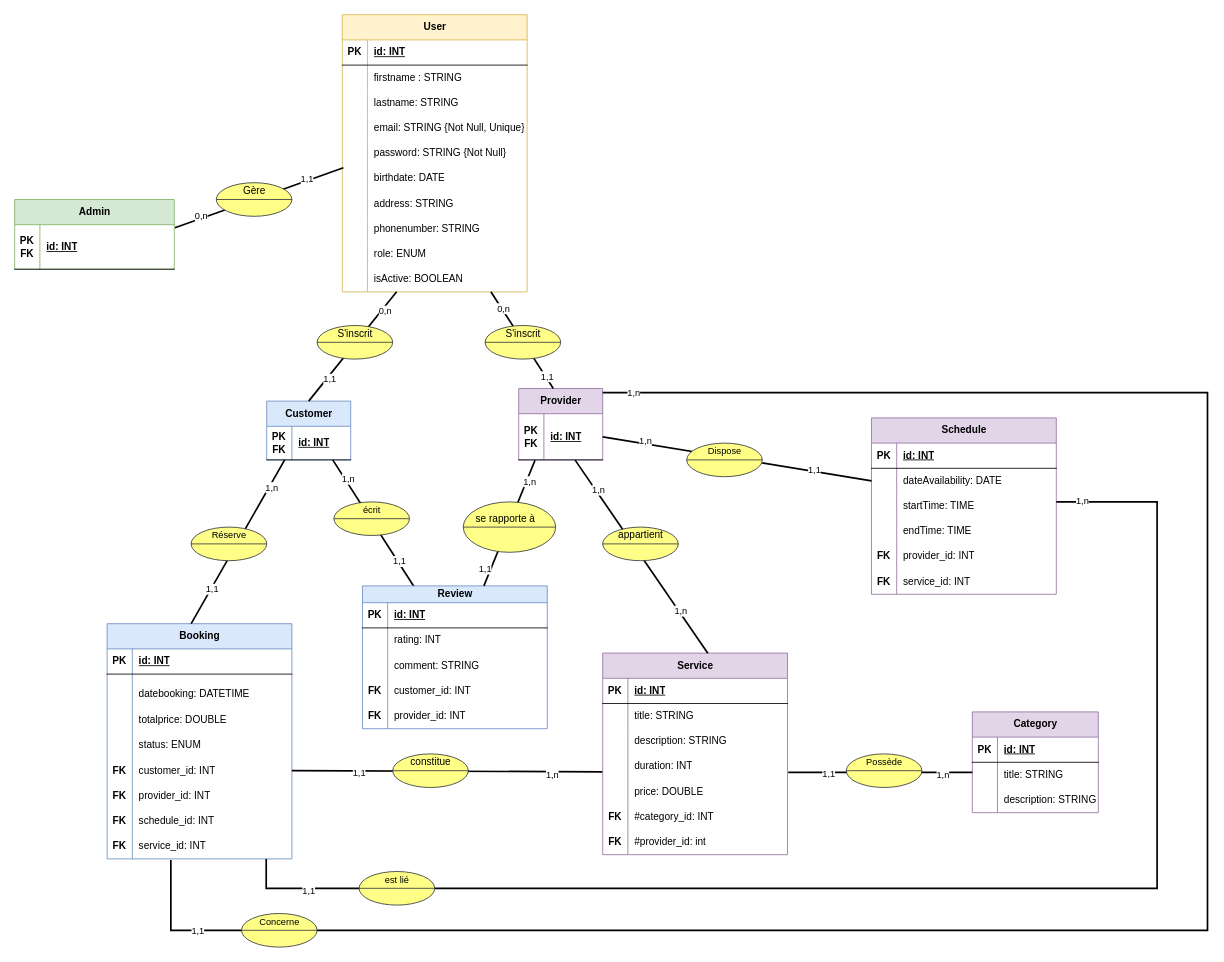
Before: BB_diagrams_entite.drawio in Steony/BeautyBookerApp, a draw.io diagram. Source tidied: cells renumbered, new cells numbered last; positions are measured from the earlier drawing's top-left corner, leaving out a move shared by most shapes. Both pictures are drawn from the tidied source at 84%, with x=0, y=0 at pixel (14, 14).
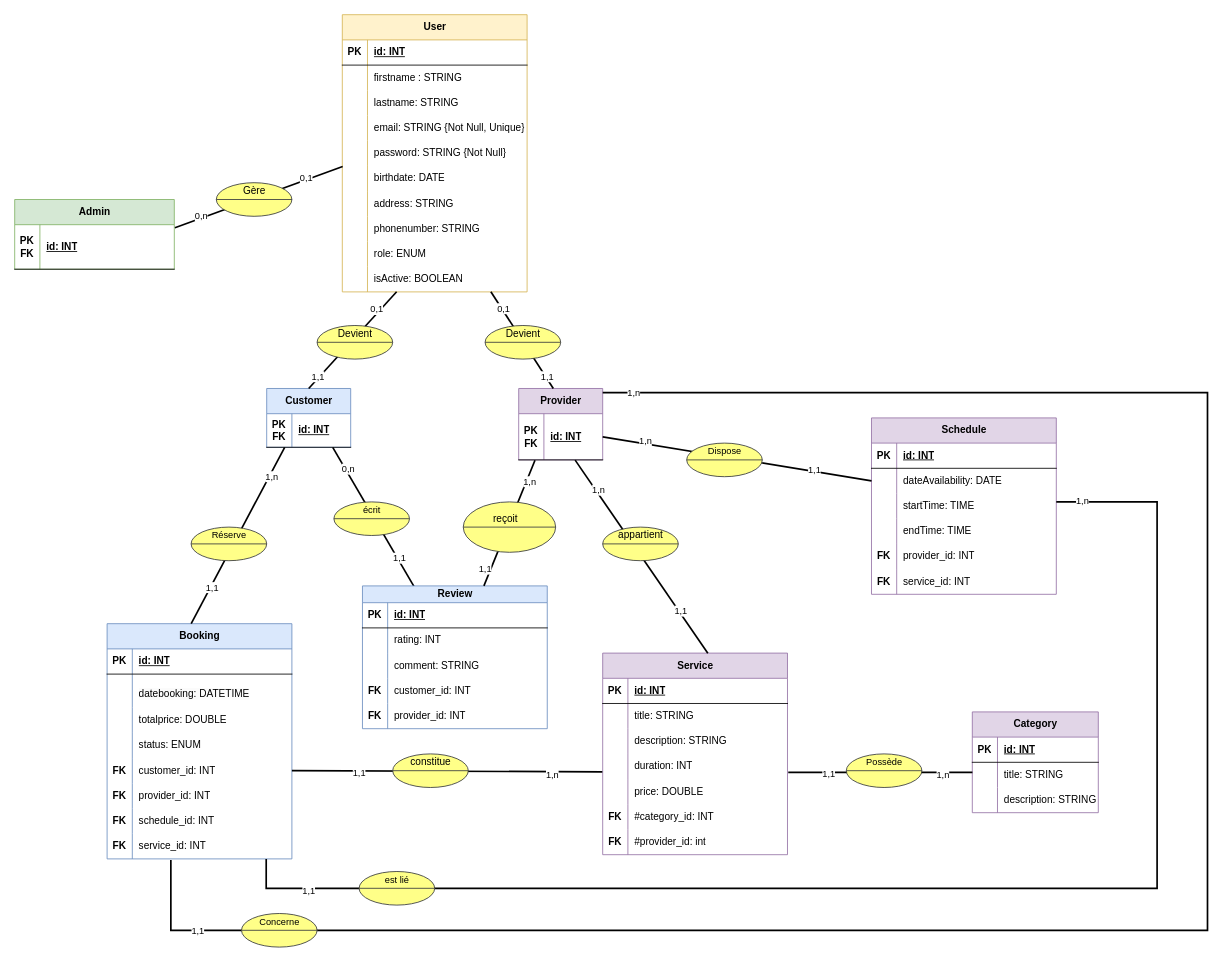
Above is the later version.

Commit message (it also covers changes not shown here):
Mettre à jour BB_diagrams_entite.drawio

Unchanged cells that the change refers to:
```xml
<mxCell id="15" style="shape=tableRow;horizontal=0;startSize=0;swimlaneHead=0;swimlaneBody=0;fillColor=none;points=[[0,0.5],[1,0.5]];portConstraint=eastwest;top=0;left=0;right=0;bottom=0;" parent="2" vertex="1">
  <mxGeometry y="150" width="220" height="30" as="geometry" />
</mxCell>
<mxCell id="18" style="shape=tableRow;horizontal=0;startSize=0;swimlaneHead=0;swimlaneBody=0;fillColor=none;points=[[0,0.5],[1,0.5]];portConstraint=eastwest;top=0;left=0;right=0;bottom=0;" parent="2" vertex="1">
  <mxGeometry y="180" width="220" height="30" as="geometry" />
</mxCell>
<mxCell id="42" style="shape=tableRow;horizontal=0;startSize=0;swimlaneHead=0;swimlaneBody=0;fillColor=none;points=[[0,0.5],[1,0.5]];portConstraint=eastwest;top=0;left=0;right=0;bottom=1;" parent="41" vertex="1">
  <mxGeometry y="30" width="190" height="53" as="geometry" />
</mxCell>
<mxCell id="110" style="endArrow=none;html=1;rounded=0;strokeWidth=2;entryX=0.288;entryY=0.024;entryDx=0;entryDy=0;entryPerimeter=0;exitX=0.786;exitY=1;exitDx=0;exitDy=0;exitPerimeter=0;" parent="1" edge="1" source="34" target="144">
  <mxGeometry relative="1" as="geometry" />
</mxCell>
<mxCell id="122" style="endArrow=none;html=1;rounded=0;strokeWidth=2;exitX=0.672;exitY=1.005;exitDx=0;exitDy=0;exitPerimeter=0;entryX=0.569;entryY=0.001;entryDx=0;entryDy=0;entryPerimeter=0;" parent="1" edge="1" source="38" target="86">
  <mxGeometry relative="1" as="geometry" />
</mxCell>
<mxCell id="125" style="endArrow=none;html=1;rounded=0;entryX=0.5;entryY=0;entryDx=0;entryDy=0;strokeWidth=2;exitX=0.294;exitY=0.995;exitDx=0;exitDy=0;exitPerimeter=0;" parent="1" edge="1" source="30" target="33">
  <mxGeometry relative="1" as="geometry" />
</mxCell>
<mxCell id="128" style="endArrow=none;html=1;rounded=0;entryX=0.412;entryY=-0.001;entryDx=0;entryDy=0;strokeWidth=2;entryPerimeter=0;exitX=0.804;exitY=0.995;exitDx=0;exitDy=0;exitPerimeter=0;" parent="1" edge="1" source="30" target="37">
  <mxGeometry relative="1" as="geometry" />
</mxCell>
<mxCell id="131" style="group;" parent="1" vertex="1">
  <mxGeometry x="360" y="370" width="90" height="40" as="geometry" />
</mxCell>
<mxCell id="134" style="group;" parent="1" vertex="1">
  <mxGeometry x="560" y="370" width="90" height="40" as="geometry" />
</mxCell>
<mxCell id="204" style="group;" parent="1" vertex="1">
  <mxGeometry x="544" y="580" width="100" height="60" as="geometry" />
</mxCell>
```

Diff of the diagram source:
```diff
@@
     <mxCell id="33" value="Customer" style="shape=table;startSize=30;childLayout=tableLayout;rowLines=0;fontStyle=1;align=center;html=1;fillColor=#dae8fc;strokeColor=#6c8ebf;" parent="1" vertex="1">
-      <mxGeometry x="300" y="460" width="100" height="70" as="geometry" />
+      <mxGeometry x="300" y="445" width="100" height="70" as="geometry" />
     </mxCell>
@@
-    <mxCell id="111" value="1,n" style="edgeLabel;html=1;align=center;verticalAlign=middle;" parent="110" vertex="1">
+    <mxCell id="111" value="0,n" style="edgeLabel;html=1;align=center;verticalAlign=middle;" parent="110" vertex="1">
       <mxGeometry x="-0.68" y="3" relative="1" as="geometry" />
     </mxCell>
@@
-    <mxCell id="124" value="1,n" style="edgeLabel;html=1;align=center;verticalAlign=middle;" parent="122" vertex="1">
+    <mxCell id="124" value="1,1" style="edgeLabel;html=1;align=center;verticalAlign=middle;" parent="122" vertex="1">
       <mxGeometry x="0.57" y="2" relative="1" as="geometry" />
     </mxCell>
@@
-    <mxCell id="126" value="0,n" style="edgeLabel;html=1;align=center;verticalAlign=middle;" parent="125" vertex="1">
-      <mxGeometry x="-0.68" y="3" relative="1" as="geometry" />
+    <mxCell id="126" value="0,1" style="edgeLabel;html=1;align=center;verticalAlign=middle;" parent="125" vertex="1">
+      <mxGeometry x="-0.68" y="3" relative="1" as="geometry">
+        <mxPoint x="-10" as="offset" />
+      </mxGeometry>
     </mxCell>
     <mxCell id="127" value="1,1" style="edgeLabel;html=1;align=center;verticalAlign=middle;" parent="125" vertex="1">
-      <mxGeometry x="0.57" y="2" relative="1" as="geometry" />
+      <mxGeometry x="0.57" y="2" relative="1" as="geometry">
+        <mxPoint x="-14" y="9" as="offset" />
+      </mxGeometry>
     </mxCell>
@@
-    <mxCell id="129" value="0,n" style="edgeLabel;html=1;align=center;verticalAlign=middle;" parent="128" vertex="1">
+    <mxCell id="129" value="0,1" style="edgeLabel;html=1;align=center;verticalAlign=middle;" parent="128" vertex="1">
       <mxGeometry x="-0.68" y="3" relative="1" as="geometry">
         <mxPoint y="3" as="offset" />
       </mxGeometry>
     </mxCell>
@@
-    <mxCell id="133" value="S'inscrit" style="text;html=1;align=center;verticalAlign=middle;whiteSpace=wrap;rounded=0;" parent="131" vertex="1">
+    <mxCell id="133" value="Devient" style="text;html=1;align=center;verticalAlign=middle;whiteSpace=wrap;rounded=0;" parent="131" vertex="1">
       <mxGeometry x="17.5" width="55" height="20" as="geometry" />
     </mxCell>
@@
-    <mxCell id="136" value="S'inscrit" style="text;html=1;align=center;verticalAlign=middle;whiteSpace=wrap;rounded=0;" parent="134" vertex="1">
+    <mxCell id="136" value="Devient" style="text;html=1;align=center;verticalAlign=middle;whiteSpace=wrap;rounded=0;" parent="134" vertex="1">
       <mxGeometry x="17.5" width="55" height="20" as="geometry" />
     </mxCell>
@@
-    <mxCell id="186" style="endArrow=none;html=1;rounded=0;entryX=0.006;entryY=1.072;entryDx=0;entryDy=0;strokeWidth=2;exitX=1.004;exitY=0.067;exitDx=0;exitDy=0;exitPerimeter=0;entryPerimeter=0;" parent="1" edge="1" source="42" target="15">
+    <mxCell id="186" style="endArrow=none;html=1;rounded=0;strokeWidth=2;exitX=1.004;exitY=0.067;exitDx=0;exitDy=0;exitPerimeter=0;entryX=0.002;entryY=0.024;entryDx=0;entryDy=0;entryPerimeter=0;" parent="1" edge="1" source="42" target="18">
       <mxGeometry relative="1" as="geometry" />
     </mxCell>
@@
-    <mxCell id="188" value="1,1" style="edgeLabel;html=1;align=center;verticalAlign=middle;" parent="186" vertex="1">
+    <mxCell id="188" value="0,1" style="edgeLabel;html=1;align=center;verticalAlign=middle;" parent="186" vertex="1">
       <mxGeometry x="0.57" y="2" relative="1" as="geometry" />
     </mxCell>
@@
-    <mxCell id="206" value="se rapporte à" style="text;html=1;align=center;verticalAlign=middle;whiteSpace=wrap;rounded=0;" parent="204" vertex="1">
+    <mxCell id="206" value="reçoit" style="text;html=1;align=center;verticalAlign=middle;whiteSpace=wrap;rounded=0;" parent="204" vertex="1">
       <mxGeometry y="10" width="81.2" height="20" as="geometry" />
     </mxCell>
```
